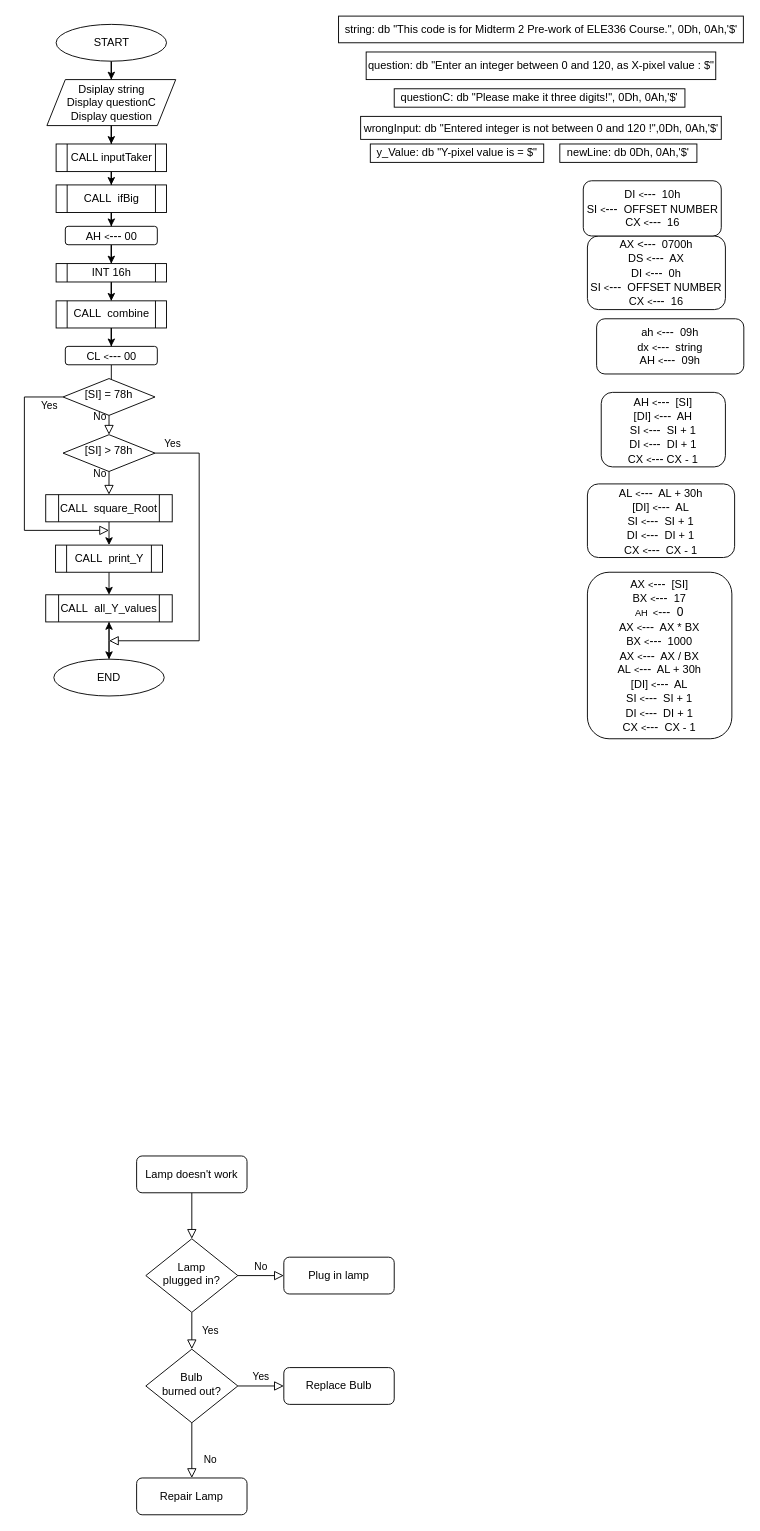
The draw.io diagram micro_mt2_1.drawio in mmuurraatt/My-Projects-On-Github, before the edit. Source tidied: cells renumbered, new cells numbered last; positions are measured from the earlier drawing's top-left corner, leaving out a move shared by most shapes. Both pictures are drawn from the tidied source at 92%, with x=0, y=0 at pixel (24, 16).
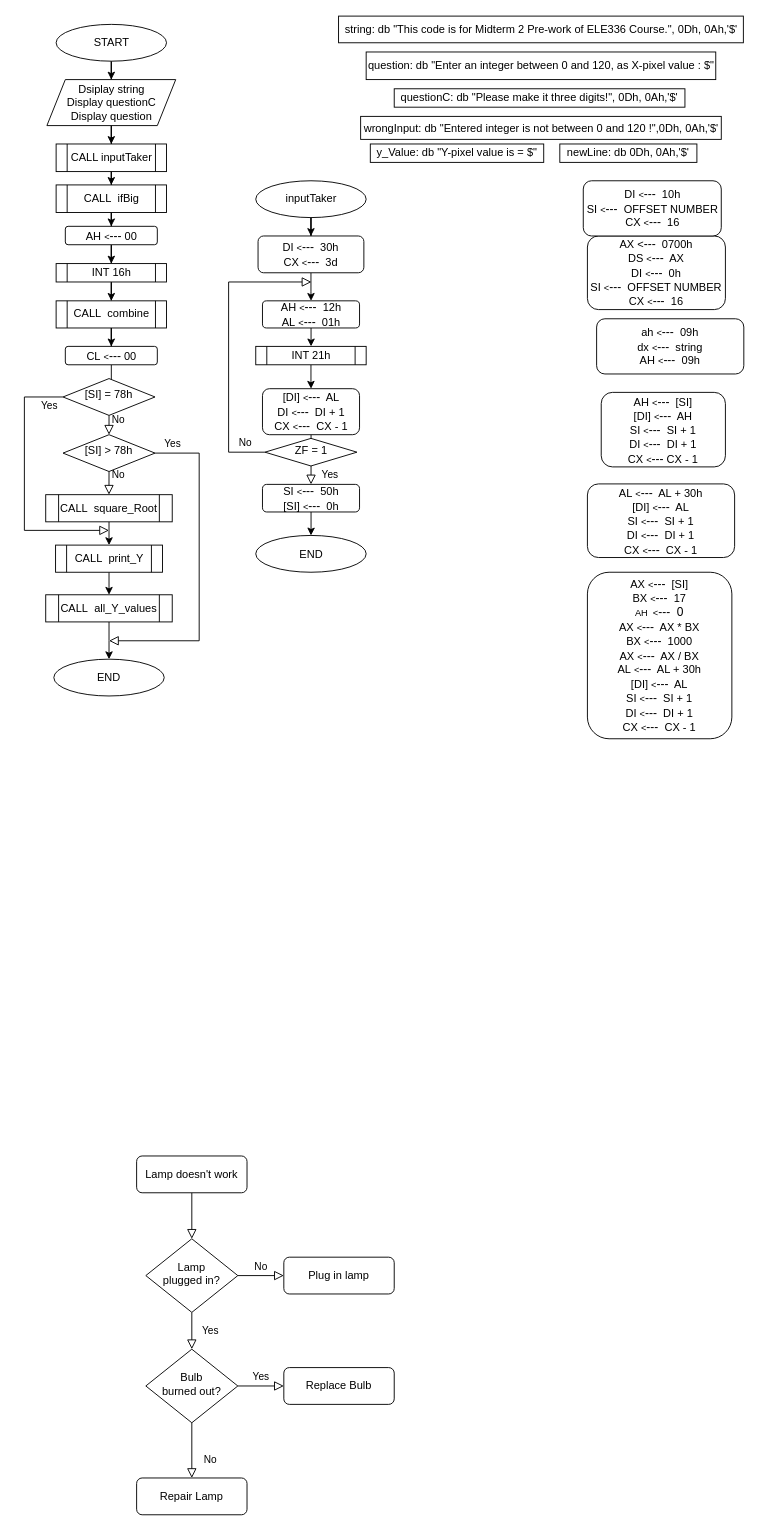
Above is the later version.

Unchanged cells that the change refers to:
```xml
<mxCell id="37" value="[SI] = 78h" style="rhombus;whiteSpace=wrap;html=1;shadow=0;fontFamily=Helvetica;fontSize=12;align=center;strokeWidth=1;spacing=6;spacingTop=-4;" parent="1" vertex="1">
  <mxGeometry x="42" y="394" width="100" height="40" as="geometry" />
</mxCell>
<mxCell id="40" value="[SI] &amp;gt; 78h" style="rhombus;whiteSpace=wrap;html=1;shadow=0;fontFamily=Helvetica;fontSize=12;align=center;strokeWidth=1;spacing=6;spacingTop=-4;" parent="1" vertex="1">
  <mxGeometry x="42" y="455" width="100" height="40" as="geometry" />
</mxCell>
<mxCell id="44" value="CALL&amp;nbsp; square_Root" style="shape=process;whiteSpace=wrap;html=1;backgroundOutline=1;" parent="1" vertex="1">
  <mxGeometry x="23.2" y="520.2" width="137.5" height="29.5" as="geometry" />
</mxCell>
<mxCell id="48" value="CALL&amp;nbsp; all_Y_values" style="shape=process;whiteSpace=wrap;html=1;backgroundOutline=1;" parent="1" vertex="1">
  <mxGeometry x="23.2" y="629" width="137.5" height="29.5" as="geometry" />
</mxCell>
<mxCell id="50" value="END" style="ellipse;whiteSpace=wrap;html=1;" parent="1" vertex="1">
  <mxGeometry x="32" y="699" width="120" height="40" as="geometry" />
</mxCell>
```

Change to the diagram source:
```diff
@@
     <mxCell id="38" value="No" style="edgeStyle=orthogonalEdgeStyle;rounded=0;html=1;jettySize=auto;fontSize=11;endArrow=block;endFill=0;endSize=8;strokeWidth=1;shadow=0;labelBackgroundColor=none;exitX=0.5;exitY=1;exitDx=0;exitDy=0;entryX=0.5;entryY=0;entryDx=0;entryDy=0;" parent="1" edge="1" source="37" target="40">
-      <mxGeometry x="-0.86" y="-10" relative="1" as="geometry" />
+      <mxGeometry x="-0.52" y="10" relative="1" as="geometry" />
     </mxCell>
@@
     <mxCell id="41" value="No" style="edgeStyle=orthogonalEdgeStyle;rounded=0;html=1;jettySize=auto;fontSize=11;endArrow=block;endFill=0;endSize=8;strokeWidth=1;shadow=0;labelBackgroundColor=none;exitX=0.5;exitY=1;exitDx=0;exitDy=0;entryX=0.5;entryY=0;entryDx=0;entryDy=0;" parent="1" edge="1" source="40" target="44">
-      <mxGeometry x="-0.86" y="-10" relative="1" as="geometry" />
+      <mxGeometry x="-0.68" y="10" relative="1" as="geometry" />
     </mxCell>
@@
-    <mxCell id="49" style="edgeStyle=orthogonalEdgeStyle;rounded=0;jettySize=auto;html=1;" parent="1" edge="1" source="50" target="48">
-      <mxGeometry relative="1" as="geometry" />
-    </mxCell>
@@
+    <mxCell id="57" style="edgeStyle=orthogonalEdgeStyle;rounded=0;jettySize=auto;html=1;" parent="1" edge="1" source="58" target="60">
+      <mxGeometry relative="1" as="geometry" />
+    </mxCell>
+    <mxCell id="58" value="inputTaker" style="ellipse;whiteSpace=wrap;html=1;" parent="1" vertex="1">
+      <mxGeometry x="251.5" y="179" width="120" height="40" as="geometry" />
+    </mxCell>
+    <mxCell id="59" style="edgeStyle=orthogonalEdgeStyle;rounded=0;jettySize=auto;html=1;" parent="1" edge="1" source="60" target="62">
+      <mxGeometry relative="1" as="geometry" />
+    </mxCell>
+    <mxCell id="60" value="DI&amp;nbsp;&lt;font style=&quot;font-size: 10px&quot;&gt;&amp;lt;&lt;/font&gt;&lt;font style=&quot;font-size: 13px&quot;&gt;---&lt;/font&gt;&amp;nbsp; 30h&lt;br&gt;CX&amp;nbsp;&lt;font style=&quot;font-size: 10px&quot;&gt;&amp;lt;&lt;/font&gt;&lt;font style=&quot;font-size: 13px&quot;&gt;---&lt;/font&gt;&amp;nbsp; 3d" style="rounded=1;whiteSpace=wrap;html=1;fontSize=12;glass=0;strokeWidth=1;shadow=0;" parent="1" vertex="1">
+      <mxGeometry x="254" y="239" width="115" height="40" as="geometry" />
+    </mxCell>
+    <mxCell id="61" style="edgeStyle=orthogonalEdgeStyle;rounded=0;jettySize=auto;html=1;" parent="1" edge="1" source="62" target="64">
+      <mxGeometry relative="1" as="geometry" />
+    </mxCell>
+    <mxCell id="62" value="AH&amp;nbsp;&lt;font style=&quot;font-size: 10px&quot;&gt;&amp;lt;&lt;/font&gt;&lt;font style=&quot;font-size: 13px&quot;&gt;---&lt;/font&gt;&amp;nbsp; 12h&lt;br&gt;AL&amp;nbsp;&lt;font style=&quot;font-size: 10px&quot;&gt;&amp;lt;&lt;/font&gt;&lt;font style=&quot;font-size: 13px&quot;&gt;---&lt;/font&gt;&amp;nbsp; 01h" style="rounded=1;whiteSpace=wrap;html=1;fontSize=12;glass=0;strokeWidth=1;shadow=0;" parent="1" vertex="1">
+      <mxGeometry x="258.8" y="309.5" width="105.5" height="29.5" as="geometry" />
+    </mxCell>
+    <mxCell id="63" style="edgeStyle=orthogonalEdgeStyle;rounded=0;jettySize=auto;html=1;" parent="1" edge="1" source="64" target="66">
+      <mxGeometry relative="1" as="geometry" />
+    </mxCell>
+    <mxCell id="64" value="INT 21h" style="shape=process;whiteSpace=wrap;html=1;backgroundOutline=1;" parent="1" vertex="1">
+      <mxGeometry x="251.5" y="359" width="120" height="20" as="geometry" />
+    </mxCell>
+    <mxCell id="65" style="edgeStyle=orthogonalEdgeStyle;rounded=0;jettySize=auto;html=1;" parent="1" edge="1" source="66" target="67">
+      <mxGeometry relative="1" as="geometry" />
+    </mxCell>
+    <mxCell id="66" value="[DI]&amp;nbsp;&lt;font style=&quot;font-size: 10px&quot;&gt;&amp;lt;&lt;/font&gt;&lt;font style=&quot;font-size: 13px&quot;&gt;---&lt;/font&gt;&amp;nbsp; AL&lt;br&gt;DI&amp;nbsp;&lt;font style=&quot;font-size: 10px&quot;&gt;&amp;lt;&lt;/font&gt;&lt;font style=&quot;font-size: 13px&quot;&gt;---&lt;/font&gt;&amp;nbsp; DI + 1&lt;br&gt;CX&amp;nbsp;&lt;font style=&quot;font-size: 10px&quot;&gt;&amp;lt;&lt;/font&gt;&lt;font style=&quot;font-size: 13px&quot;&gt;---&lt;/font&gt;&amp;nbsp; CX - 1" style="rounded=1;whiteSpace=wrap;html=1;fontSize=12;glass=0;strokeWidth=1;shadow=0;" parent="1" vertex="1">
+      <mxGeometry x="258.8" y="405" width="105.5" height="50" as="geometry" />
+    </mxCell>
+    <mxCell id="67" value="ZF = 1" style="rhombus;whiteSpace=wrap;html=1;shadow=0;fontFamily=Helvetica;fontSize=12;align=center;strokeWidth=1;spacing=6;spacingTop=-4;" parent="1" vertex="1">
+      <mxGeometry x="261.5" y="459" width="100" height="30" as="geometry" />
+    </mxCell>
+    <mxCell id="68" value="Yes" style="rounded=0;html=1;jettySize=auto;fontSize=11;endArrow=block;endFill=0;endSize=8;strokeWidth=1;shadow=0;labelBackgroundColor=none;edgeStyle=orthogonalEdgeStyle;exitX=0.5;exitY=1;exitDx=0;exitDy=0;entryX=0.5;entryY=0;entryDx=0;entryDy=0;" parent="1" edge="1" source="67" target="71">
+      <mxGeometry y="20" relative="1" as="geometry">
+        <Array as="points">
+          <mxPoint x="312" y="509" />
+          <mxPoint x="312" y="534" />
+        </Array>
+      </mxGeometry>
+    </mxCell>
+    <mxCell id="69" value="No" style="edgeStyle=orthogonalEdgeStyle;rounded=0;html=1;jettySize=auto;fontSize=11;endArrow=block;endFill=0;endSize=8;strokeWidth=1;shadow=0;labelBackgroundColor=none;exitX=0;exitY=0.5;exitDx=0;exitDy=0;" parent="1" edge="1" source="67">
+      <mxGeometry x="-0.86" y="-10" relative="1" as="geometry">
+        <mxPoint x="312" y="289" as="targetPoint" />
+        <Array as="points">
+          <mxPoint x="222" y="474" />
+        </Array>
+      </mxGeometry>
+    </mxCell>
+    <mxCell id="70" style="edgeStyle=orthogonalEdgeStyle;rounded=0;jettySize=auto;html=1;" parent="1" edge="1" source="71" target="72">
+      <mxGeometry relative="1" as="geometry" />
+    </mxCell>
+    <mxCell id="71" value="SI&amp;nbsp;&lt;font style=&quot;font-size: 10px&quot;&gt;&amp;lt;&lt;/font&gt;&lt;font style=&quot;font-size: 13px&quot;&gt;---&lt;/font&gt;&amp;nbsp; 50h&lt;br&gt;[SI]&amp;nbsp;&lt;font style=&quot;font-size: 10px&quot;&gt;&amp;lt;&lt;/font&gt;&lt;font style=&quot;font-size: 13px&quot;&gt;---&lt;/font&gt;&amp;nbsp; 0h" style="rounded=1;whiteSpace=wrap;html=1;fontSize=12;glass=0;strokeWidth=1;shadow=0;" parent="1" vertex="1">
+      <mxGeometry x="258.8" y="509" width="105.5" height="30" as="geometry" />
+    </mxCell>
+    <mxCell id="72" value="END" style="ellipse;whiteSpace=wrap;html=1;" parent="1" vertex="1">
+      <mxGeometry x="251.5" y="564.5" width="120" height="40" as="geometry" />
+    </mxCell>
```
